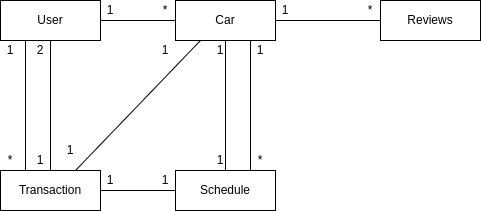
This is docs/EntityRelationshipDiagram.drawio.png from 514sh/sulong, a draw.io export, as it was before one commit. Source tidied: cells renumbered, new cells last; positions are measured from the earlier drawing's top-left corner, leaving out a move shared by most shapes. Source of this version:
```xml
<mxGraphModel>
  <root>
    <mxCell id="0" />
    <mxCell id="1" parent="0" />
    <mxCell id="2" value="User" style="whiteSpace=wrap;html=1;align=center;" parent="1" vertex="1">
      <mxGeometry width="100" height="40" as="geometry" />
    </mxCell>
    <mxCell id="3" value="Car" style="whiteSpace=wrap;html=1;align=center;" parent="1" vertex="1">
      <mxGeometry x="175" width="100" height="40" as="geometry" />
    </mxCell>
    <mxCell id="4" value="Reviews&lt;br&gt;" style="whiteSpace=wrap;html=1;align=center;" parent="1" vertex="1">
      <mxGeometry x="380" width="100" height="40" as="geometry" />
    </mxCell>
    <mxCell id="5" value="Transaction&lt;br&gt;" style="whiteSpace=wrap;html=1;align=center;" parent="1" vertex="1">
      <mxGeometry y="170" width="100" height="40" as="geometry" />
    </mxCell>
    <mxCell id="6" value="Schedule&lt;br&gt;" style="whiteSpace=wrap;html=1;align=center;" parent="1" vertex="1">
      <mxGeometry x="175" y="170" width="100" height="40" as="geometry" />
    </mxCell>
    <mxCell id="7" style="endArrow=none;html=1;rounded=0;entryX=0.25;entryY=1;entryDx=0;entryDy=0;exitX=0.25;exitY=0;exitDx=0;exitDy=0;" parent="1" edge="1" source="5" target="2">
      <mxGeometry relative="1" as="geometry" />
    </mxCell>
    <mxCell id="8" value="1" style="text;strokeColor=none;align=center;fillColor=none;html=1;verticalAlign=middle;whiteSpace=wrap;rounded=0;" parent="1" vertex="1">
      <mxGeometry y="40" width="20" height="20" as="geometry" />
    </mxCell>
    <mxCell id="9" style="endArrow=none;html=1;rounded=0;entryX=0.5;entryY=1;entryDx=0;entryDy=0;exitX=0.5;exitY=0;exitDx=0;exitDy=0;" parent="1" edge="1" source="5" target="2">
      <mxGeometry relative="1" as="geometry" />
    </mxCell>
    <mxCell id="10" style="endArrow=none;html=1;rounded=0;exitX=1;exitY=0.5;exitDx=0;exitDy=0;entryX=0;entryY=0.5;entryDx=0;entryDy=0;" parent="1" edge="1" source="2" target="3">
      <mxGeometry relative="1" as="geometry" />
    </mxCell>
    <mxCell id="11" style="endArrow=none;html=1;rounded=0;exitX=0.75;exitY=0;exitDx=0;exitDy=0;entryX=0.25;entryY=1;entryDx=0;entryDy=0;" parent="1" edge="1" source="5" target="3">
      <mxGeometry relative="1" as="geometry" />
    </mxCell>
    <mxCell id="12" style="endArrow=none;html=1;rounded=0;exitX=1;exitY=0.5;exitDx=0;exitDy=0;entryX=0;entryY=0.5;entryDx=0;entryDy=0;" parent="1" edge="1" source="5" target="6">
      <mxGeometry relative="1" as="geometry" />
    </mxCell>
    <mxCell id="13" style="endArrow=none;html=1;rounded=0;entryX=0.5;entryY=1;entryDx=0;entryDy=0;exitX=0.5;exitY=0;exitDx=0;exitDy=0;" parent="1" edge="1" source="6" target="3">
      <mxGeometry relative="1" as="geometry" />
    </mxCell>
    <mxCell id="14" style="endArrow=none;html=1;rounded=0;entryX=0.75;entryY=1;entryDx=0;entryDy=0;exitX=0.75;exitY=0;exitDx=0;exitDy=0;" parent="1" edge="1" source="6" target="3">
      <mxGeometry relative="1" as="geometry" />
    </mxCell>
    <mxCell id="15" style="endArrow=none;html=1;rounded=0;exitX=1;exitY=0.5;exitDx=0;exitDy=0;entryX=0;entryY=0.5;entryDx=0;entryDy=0;" parent="1" edge="1" source="3" target="4">
      <mxGeometry relative="1" as="geometry" />
    </mxCell>
    <mxCell id="16" value="*" style="text;strokeColor=none;align=center;fillColor=none;html=1;verticalAlign=middle;whiteSpace=wrap;rounded=0;" parent="1" vertex="1">
      <mxGeometry y="150" width="20" height="20" as="geometry" />
    </mxCell>
    <mxCell id="17" value="2" style="text;strokeColor=none;align=center;fillColor=none;html=1;verticalAlign=middle;whiteSpace=wrap;rounded=0;" parent="1" vertex="1">
      <mxGeometry x="30" y="40" width="20" height="20" as="geometry" />
    </mxCell>
    <mxCell id="18" value="1" style="text;strokeColor=none;align=center;fillColor=none;html=1;verticalAlign=middle;whiteSpace=wrap;rounded=0;" parent="1" vertex="1">
      <mxGeometry x="30" y="150" width="20" height="20" as="geometry" />
    </mxCell>
    <mxCell id="19" value="1" style="text;strokeColor=none;align=center;fillColor=none;html=1;verticalAlign=middle;whiteSpace=wrap;rounded=0;" parent="1" vertex="1">
      <mxGeometry x="60" y="140" width="20" height="20" as="geometry" />
    </mxCell>
    <mxCell id="20" value="1" style="text;strokeColor=none;align=center;fillColor=none;html=1;verticalAlign=middle;whiteSpace=wrap;rounded=0;" parent="1" vertex="1">
      <mxGeometry x="155" y="40" width="20" height="20" as="geometry" />
    </mxCell>
    <mxCell id="21" value="1" style="text;strokeColor=none;align=center;fillColor=none;html=1;verticalAlign=middle;whiteSpace=wrap;rounded=0;" parent="1" vertex="1">
      <mxGeometry x="100" width="20" height="20" as="geometry" />
    </mxCell>
    <mxCell id="22" value="*" style="text;strokeColor=none;align=center;fillColor=none;html=1;verticalAlign=middle;whiteSpace=wrap;rounded=0;" parent="1" vertex="1">
      <mxGeometry x="155" width="20" height="20" as="geometry" />
    </mxCell>
    <mxCell id="23" value="1" style="text;strokeColor=none;align=center;fillColor=none;html=1;verticalAlign=middle;whiteSpace=wrap;rounded=0;" parent="1" vertex="1">
      <mxGeometry x="100" y="170" width="20" height="20" as="geometry" />
    </mxCell>
    <mxCell id="24" value="1" style="text;strokeColor=none;align=center;fillColor=none;html=1;verticalAlign=middle;whiteSpace=wrap;rounded=0;" parent="1" vertex="1">
      <mxGeometry x="155" y="170" width="20" height="20" as="geometry" />
    </mxCell>
    <mxCell id="25" value="1" style="text;strokeColor=none;align=center;fillColor=none;html=1;verticalAlign=middle;whiteSpace=wrap;rounded=0;" parent="1" vertex="1">
      <mxGeometry x="210" y="150" width="20" height="20" as="geometry" />
    </mxCell>
    <mxCell id="26" value="1" style="text;strokeColor=none;align=center;fillColor=none;html=1;verticalAlign=middle;whiteSpace=wrap;rounded=0;" parent="1" vertex="1">
      <mxGeometry x="210" y="40" width="20" height="20" as="geometry" />
    </mxCell>
    <mxCell id="27" value="1" style="text;strokeColor=none;align=center;fillColor=none;html=1;verticalAlign=middle;whiteSpace=wrap;rounded=0;" parent="1" vertex="1">
      <mxGeometry x="250" y="40" width="20" height="20" as="geometry" />
    </mxCell>
    <mxCell id="28" value="*" style="text;strokeColor=none;align=center;fillColor=none;html=1;verticalAlign=middle;whiteSpace=wrap;rounded=0;" parent="1" vertex="1">
      <mxGeometry x="250" y="150" width="20" height="20" as="geometry" />
    </mxCell>
    <mxCell id="29" value="1" style="text;strokeColor=none;align=center;fillColor=none;html=1;verticalAlign=middle;whiteSpace=wrap;rounded=0;" parent="1" vertex="1">
      <mxGeometry x="275" width="20" height="20" as="geometry" />
    </mxCell>
    <mxCell id="30" value="*" style="text;strokeColor=none;align=center;fillColor=none;html=1;verticalAlign=middle;whiteSpace=wrap;rounded=0;" parent="1" vertex="1">
      <mxGeometry x="360" width="20" height="20" as="geometry" />
    </mxCell>
  </root>
</mxGraphModel>
```
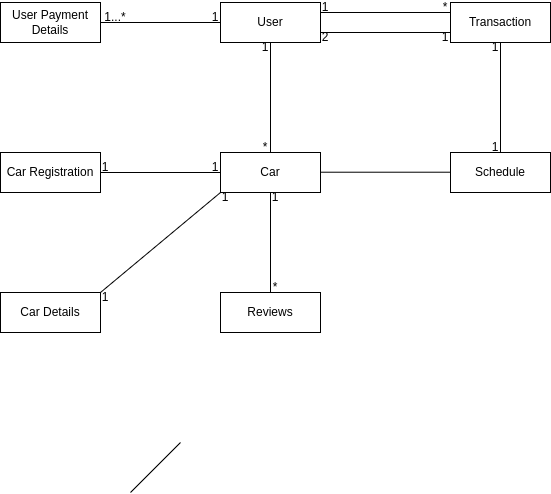
Later version of the same file.

Change to the diagram source:
```diff
@@ -2,92 +2,116 @@
   <root>
     <mxCell id="0" />
     <mxCell id="1" parent="0" />
-    <mxCell id="2" value="User" style="whiteSpace=wrap;html=1;align=center;" parent="1" vertex="1">
-      <mxGeometry width="100" height="40" as="geometry" />
+    <mxCell id="2" value="User" style="whiteSpace=wrap;html=1;align=center;points=[[0,0,0,0,0],[0,0.25,0,0,0],[0,0.5,0,0,0],[0,0.75,0,0,0],[0,1,0,0,0],[0.25,0,0,0,0],[0.25,1,0,0,0],[0.5,0,0,0,0],[0.5,1,0,0,0],[0.75,0,0,0,0],[0.75,1,0,0,0],[1,0,0,0,0],[1,0.25,0,0,0],[1,0.5,0,0,0],[1,0.75,0,0,0],[1,1,0,0,0]];" parent="1" vertex="1">
+      <mxGeometry x="180" width="100" height="40" as="geometry" />
     </mxCell>
     <mxCell id="3" value="Car" style="whiteSpace=wrap;html=1;align=center;" parent="1" vertex="1">
-      <mxGeometry x="175" width="100" height="40" as="geometry" />
+      <mxGeometry x="180" y="150" width="100" height="40" as="geometry" />
     </mxCell>
     <mxCell id="4" value="Reviews&lt;br&gt;" style="whiteSpace=wrap;html=1;align=center;" parent="1" vertex="1">
-      <mxGeometry x="380" width="100" height="40" as="geometry" />
+      <mxGeometry x="180" y="290" width="100" height="40" as="geometry" />
     </mxCell>
     <mxCell id="5" value="Transaction&lt;br&gt;" style="whiteSpace=wrap;html=1;align=center;" parent="1" vertex="1">
-      <mxGeometry y="170" width="100" height="40" as="geometry" />
+      <mxGeometry x="410" width="100" height="40" as="geometry" />
     </mxCell>
     <mxCell id="6" value="Schedule&lt;br&gt;" style="whiteSpace=wrap;html=1;align=center;" parent="1" vertex="1">
-      <mxGeometry x="175" y="170" width="100" height="40" as="geometry" />
+      <mxGeometry x="410" y="150" width="100" height="40" as="geometry" />
     </mxCell>
-    <mxCell id="7" style="endArrow=none;html=1;rounded=0;entryX=0.25;entryY=1;entryDx=0;entryDy=0;exitX=0.25;exitY=0;exitDx=0;exitDy=0;" parent="1" edge="1" source="5" target="2">
-      <mxGeometry relative="1" as="geometry" />
-    </mxCell>
-    <mxCell id="8" value="1" style="text;strokeColor=none;align=center;fillColor=none;html=1;verticalAlign=middle;whiteSpace=wrap;rounded=0;" parent="1" vertex="1">
-      <mxGeometry y="40" width="20" height="20" as="geometry" />
-    </mxCell>
-    <mxCell id="9" style="endArrow=none;html=1;rounded=0;entryX=0.5;entryY=1;entryDx=0;entryDy=0;exitX=0.5;exitY=0;exitDx=0;exitDy=0;" parent="1" edge="1" source="5" target="2">
-      <mxGeometry relative="1" as="geometry" />
-    </mxCell>
-    <mxCell id="10" style="endArrow=none;html=1;rounded=0;exitX=1;exitY=0.5;exitDx=0;exitDy=0;entryX=0;entryY=0.5;entryDx=0;entryDy=0;" parent="1" edge="1" source="2" target="3">
-      <mxGeometry relative="1" as="geometry" />
-    </mxCell>
-    <mxCell id="11" style="endArrow=none;html=1;rounded=0;exitX=0.75;exitY=0;exitDx=0;exitDy=0;entryX=0.25;entryY=1;entryDx=0;entryDy=0;" parent="1" edge="1" source="5" target="3">
-      <mxGeometry relative="1" as="geometry" />
-    </mxCell>
-    <mxCell id="12" style="endArrow=none;html=1;rounded=0;exitX=1;exitY=0.5;exitDx=0;exitDy=0;entryX=0;entryY=0.5;entryDx=0;entryDy=0;" parent="1" edge="1" source="5" target="6">
-      <mxGeometry relative="1" as="geometry" />
-    </mxCell>
-    <mxCell id="13" style="endArrow=none;html=1;rounded=0;entryX=0.5;entryY=1;entryDx=0;entryDy=0;exitX=0.5;exitY=0;exitDx=0;exitDy=0;" parent="1" edge="1" source="6" target="3">
-      <mxGeometry relative="1" as="geometry" />
-    </mxCell>
-    <mxCell id="14" style="endArrow=none;html=1;rounded=0;entryX=0.75;entryY=1;entryDx=0;entryDy=0;exitX=0.75;exitY=0;exitDx=0;exitDy=0;" parent="1" edge="1" source="6" target="3">
-      <mxGeometry relative="1" as="geometry" />
-    </mxCell>
-    <mxCell id="15" style="endArrow=none;html=1;rounded=0;exitX=1;exitY=0.5;exitDx=0;exitDy=0;entryX=0;entryY=0.5;entryDx=0;entryDy=0;" parent="1" edge="1" source="3" target="4">
-      <mxGeometry relative="1" as="geometry" />
-    </mxCell>
-    <mxCell id="16" value="*" style="text;strokeColor=none;align=center;fillColor=none;html=1;verticalAlign=middle;whiteSpace=wrap;rounded=0;" parent="1" vertex="1">
-      <mxGeometry y="150" width="20" height="20" as="geometry" />
-    </mxCell>
+    <mxCell id="31" value="Car Details" style="whiteSpace=wrap;html=1;align=center;" parent="1" vertex="1">
+      <mxGeometry x="-40" y="290" width="100" height="40" as="geometry" />
+    </mxCell>
+    <mxCell id="32" value="User Payment Details" style="whiteSpace=wrap;html=1;align=center;" parent="1" vertex="1">
+      <mxGeometry x="-40" width="100" height="40" as="geometry" />
+    </mxCell>
+    <mxCell id="33" value="Car Registration" style="whiteSpace=wrap;html=1;align=center;" parent="1" vertex="1">
+      <mxGeometry x="-40" y="150" width="100" height="40" as="geometry" />
+    </mxCell>
+    <mxCell id="34" style="endArrow=none;html=1;rounded=0;entryX=0;entryY=0.5;entryDx=0;entryDy=0;exitX=1;exitY=0.5;exitDx=0;exitDy=0;" parent="1" edge="1" source="32" target="2">
+      <mxGeometry relative="1" as="geometry" />
+    </mxCell>
+    <mxCell id="35" style="endArrow=none;html=1;rounded=0;entryX=0;entryY=0.5;entryDx=0;entryDy=0;exitX=1;exitY=0.5;exitDx=0;exitDy=0;" parent="1" edge="1" source="33" target="3">
+      <mxGeometry relative="1" as="geometry" />
+    </mxCell>
+    <mxCell id="36" style="endArrow=none;html=1;rounded=0;entryX=0;entryY=1;entryDx=0;entryDy=0;exitX=1;exitY=0;exitDx=0;exitDy=0;" parent="1" edge="1" source="31" target="3">
+      <mxGeometry relative="1" as="geometry" />
+    </mxCell>
+    <mxCell id="37" style="endArrow=none;html=1;rounded=0;entryX=0.5;entryY=1;entryDx=0;entryDy=0;exitX=0.5;exitY=0;exitDx=0;exitDy=0;" parent="1" edge="1" source="4" target="3">
+      <mxGeometry relative="1" as="geometry" />
+    </mxCell>
+    <mxCell id="38" style="endArrow=none;html=1;rounded=0;entryX=0.5;entryY=1;entryDx=0;entryDy=0;" parent="1" edge="1" source="3" target="2">
+      <mxGeometry relative="1" as="geometry" />
+    </mxCell>
+    <mxCell id="39" style="endArrow=none;html=1;rounded=0;exitX=1;exitY=0.5;exitDx=0;exitDy=0;entryX=0;entryY=0.5;entryDx=0;entryDy=0;" parent="1" edge="1">
+      <mxGeometry relative="1" as="geometry">
+        <mxPoint x="280" y="169.7" as="sourcePoint" />
+        <mxPoint x="410" y="169.7" as="targetPoint" />
+      </mxGeometry>
+    </mxCell>
+    <mxCell id="40" style="endArrow=none;html=1;rounded=0;entryX=0.5;entryY=1;entryDx=0;entryDy=0;exitX=0.5;exitY=0;exitDx=0;exitDy=0;" parent="1" edge="1" source="6" target="5">
+      <mxGeometry relative="1" as="geometry" />
+    </mxCell>
+    <mxCell id="41" style="endArrow=none;html=1;rounded=0;" parent="1" edge="1">
+      <mxGeometry relative="1" as="geometry">
+        <mxPoint x="90" y="490" as="sourcePoint" />
+        <mxPoint x="140" y="440" as="targetPoint" />
+      </mxGeometry>
+    </mxCell>
+    <mxCell id="42" style="endArrow=none;html=1;rounded=0;entryX=0;entryY=0.5;entryDx=0;entryDy=0;exitX=1;exitY=0.5;exitDx=0;exitDy=0;" parent="1" edge="1">
+      <mxGeometry relative="1" as="geometry">
+        <mxPoint x="280" y="10" as="sourcePoint" />
+        <mxPoint x="410" y="10" as="targetPoint" />
+      </mxGeometry>
+    </mxCell>
+    <mxCell id="43" value="1" style="text;strokeColor=none;align=center;fillColor=none;html=1;verticalAlign=middle;whiteSpace=wrap;rounded=0;" parent="1" vertex="1">
+      <mxGeometry x="170" y="10" width="10" height="10" as="geometry" />
+    </mxCell>
+    <mxCell id="44" value="1...*" style="text;strokeColor=none;align=center;fillColor=none;html=1;verticalAlign=middle;whiteSpace=wrap;rounded=0;" parent="1" vertex="1">
+      <mxGeometry x="70" y="10" width="10" height="10" as="geometry" />
+    </mxCell>
+    <mxCell id="45" style="endArrow=none;html=1;rounded=0;exitX=1;exitY=0.75;exitDx=0;exitDy=0;exitPerimeter=0;entryX=0;entryY=0.75;entryDx=0;entryDy=0;" parent="1" edge="1" source="2" target="5">
+      <mxGeometry relative="1" as="geometry" />
+    </mxCell>
+    <mxCell id="46" value="1" style="text;strokeColor=none;align=center;fillColor=none;html=1;verticalAlign=middle;whiteSpace=wrap;rounded=0;" parent="1" vertex="1">
+      <mxGeometry x="280" width="10" height="10" as="geometry" />
+    </mxCell>
+    <mxCell id="47" value="*" style="text;strokeColor=none;align=center;fillColor=none;html=1;verticalAlign=middle;whiteSpace=wrap;rounded=0;" parent="1" vertex="1">
+      <mxGeometry x="400" width="10" height="10" as="geometry" />
+    </mxCell>
+    <mxCell id="48" value="1" style="text;strokeColor=none;align=center;fillColor=none;html=1;verticalAlign=middle;whiteSpace=wrap;rounded=0;" parent="1" vertex="1">
+      <mxGeometry x="220" y="40" width="10" height="10" as="geometry" />
+    </mxCell>
+    <mxCell id="49" value="*" style="text;strokeColor=none;align=center;fillColor=none;html=1;verticalAlign=middle;whiteSpace=wrap;rounded=0;" parent="1" vertex="1">
+      <mxGeometry x="220" y="140" width="10" height="10" as="geometry" />
+    </mxCell>
     <mxCell id="17" value="2" style="text;strokeColor=none;align=center;fillColor=none;html=1;verticalAlign=middle;whiteSpace=wrap;rounded=0;" parent="1" vertex="1">
-      <mxGeometry x="30" y="40" width="20" height="20" as="geometry" />
+      <mxGeometry x="280" y="30" width="10" height="10" as="geometry" />
     </mxCell>
-    <mxCell id="18" value="1" style="text;strokeColor=none;align=center;fillColor=none;html=1;verticalAlign=middle;whiteSpace=wrap;rounded=0;" parent="1" vertex="1">
-      <mxGeometry x="30" y="150" width="20" height="20" as="geometry" />
-    </mxCell>
-    <mxCell id="19" value="1" style="text;strokeColor=none;align=center;fillColor=none;html=1;verticalAlign=middle;whiteSpace=wrap;rounded=0;" parent="1" vertex="1">
-      <mxGeometry x="60" y="140" width="20" height="20" as="geometry" />
-    </mxCell>
-    <mxCell id="20" value="1" style="text;strokeColor=none;align=center;fillColor=none;html=1;verticalAlign=middle;whiteSpace=wrap;rounded=0;" parent="1" vertex="1">
-      <mxGeometry x="155" y="40" width="20" height="20" as="geometry" />
-    </mxCell>
-    <mxCell id="21" value="1" style="text;strokeColor=none;align=center;fillColor=none;html=1;verticalAlign=middle;whiteSpace=wrap;rounded=0;" parent="1" vertex="1">
-      <mxGeometry x="100" width="20" height="20" as="geometry" />
-    </mxCell>
-    <mxCell id="22" value="*" style="text;strokeColor=none;align=center;fillColor=none;html=1;verticalAlign=middle;whiteSpace=wrap;rounded=0;" parent="1" vertex="1">
-      <mxGeometry x="155" width="20" height="20" as="geometry" />
-    </mxCell>
-    <mxCell id="23" value="1" style="text;strokeColor=none;align=center;fillColor=none;html=1;verticalAlign=middle;whiteSpace=wrap;rounded=0;" parent="1" vertex="1">
-      <mxGeometry x="100" y="170" width="20" height="20" as="geometry" />
-    </mxCell>
-    <mxCell id="24" value="1" style="text;strokeColor=none;align=center;fillColor=none;html=1;verticalAlign=middle;whiteSpace=wrap;rounded=0;" parent="1" vertex="1">
-      <mxGeometry x="155" y="170" width="20" height="20" as="geometry" />
-    </mxCell>
-    <mxCell id="25" value="1" style="text;strokeColor=none;align=center;fillColor=none;html=1;verticalAlign=middle;whiteSpace=wrap;rounded=0;" parent="1" vertex="1">
-      <mxGeometry x="210" y="150" width="20" height="20" as="geometry" />
-    </mxCell>
-    <mxCell id="26" value="1" style="text;strokeColor=none;align=center;fillColor=none;html=1;verticalAlign=middle;whiteSpace=wrap;rounded=0;" parent="1" vertex="1">
-      <mxGeometry x="210" y="40" width="20" height="20" as="geometry" />
-    </mxCell>
-    <mxCell id="27" value="1" style="text;strokeColor=none;align=center;fillColor=none;html=1;verticalAlign=middle;whiteSpace=wrap;rounded=0;" parent="1" vertex="1">
-      <mxGeometry x="250" y="40" width="20" height="20" as="geometry" />
-    </mxCell>
-    <mxCell id="28" value="*" style="text;strokeColor=none;align=center;fillColor=none;html=1;verticalAlign=middle;whiteSpace=wrap;rounded=0;" parent="1" vertex="1">
-      <mxGeometry x="250" y="150" width="20" height="20" as="geometry" />
-    </mxCell>
-    <mxCell id="29" value="1" style="text;strokeColor=none;align=center;fillColor=none;html=1;verticalAlign=middle;whiteSpace=wrap;rounded=0;" parent="1" vertex="1">
-      <mxGeometry x="275" width="20" height="20" as="geometry" />
-    </mxCell>
-    <mxCell id="30" value="*" style="text;strokeColor=none;align=center;fillColor=none;html=1;verticalAlign=middle;whiteSpace=wrap;rounded=0;" parent="1" vertex="1">
-      <mxGeometry x="360" width="20" height="20" as="geometry" />
-    </mxCell>
+    <mxCell id="50" value="1" style="text;strokeColor=none;align=center;fillColor=none;html=1;verticalAlign=middle;whiteSpace=wrap;rounded=0;" parent="1" vertex="1">
+      <mxGeometry x="400" y="30" width="10" height="10" as="geometry" />
+    </mxCell>
+    <mxCell id="51" value="1" style="text;strokeColor=none;align=center;fillColor=none;html=1;verticalAlign=middle;whiteSpace=wrap;rounded=0;" parent="1" vertex="1">
+      <mxGeometry x="450" y="40" width="10" height="10" as="geometry" />
+    </mxCell>
+    <mxCell id="52" value="1" style="text;strokeColor=none;align=center;fillColor=none;html=1;verticalAlign=middle;whiteSpace=wrap;rounded=0;" parent="1" vertex="1">
+      <mxGeometry x="450" y="140" width="10" height="10" as="geometry" />
+    </mxCell>
+    <mxCell id="53" value="1" style="text;strokeColor=none;align=center;fillColor=none;html=1;verticalAlign=middle;whiteSpace=wrap;rounded=0;" parent="1" vertex="1">
+      <mxGeometry x="230" y="190" width="10" height="10" as="geometry" />
+    </mxCell>
+    <mxCell id="54" value="*" style="text;strokeColor=none;align=center;fillColor=none;html=1;verticalAlign=middle;whiteSpace=wrap;rounded=0;" parent="1" vertex="1">
+      <mxGeometry x="230" y="280" width="10" height="10" as="geometry" />
+    </mxCell>
+    <mxCell id="55" value="1" style="text;strokeColor=none;align=center;fillColor=none;html=1;verticalAlign=middle;whiteSpace=wrap;rounded=0;" parent="1" vertex="1">
+      <mxGeometry x="170" y="160" width="10" height="10" as="geometry" />
+    </mxCell>
+    <mxCell id="56" value="1" style="text;strokeColor=none;align=center;fillColor=none;html=1;verticalAlign=middle;whiteSpace=wrap;rounded=0;" parent="1" vertex="1">
+      <mxGeometry x="60" y="160" width="10" height="10" as="geometry" />
+    </mxCell>
+    <mxCell id="57" value="1" style="text;strokeColor=none;align=center;fillColor=none;html=1;verticalAlign=middle;whiteSpace=wrap;rounded=0;" parent="1" vertex="1">
+      <mxGeometry x="180" y="190" width="10" height="10" as="geometry" />
+    </mxCell>
+    <mxCell id="58" value="1" style="text;strokeColor=none;align=center;fillColor=none;html=1;verticalAlign=middle;whiteSpace=wrap;rounded=0;" parent="1" vertex="1">
+      <mxGeometry x="60" y="290" width="10" height="10" as="geometry" />
+    </mxCell>
   </root>
 </mxGraphModel>
```
